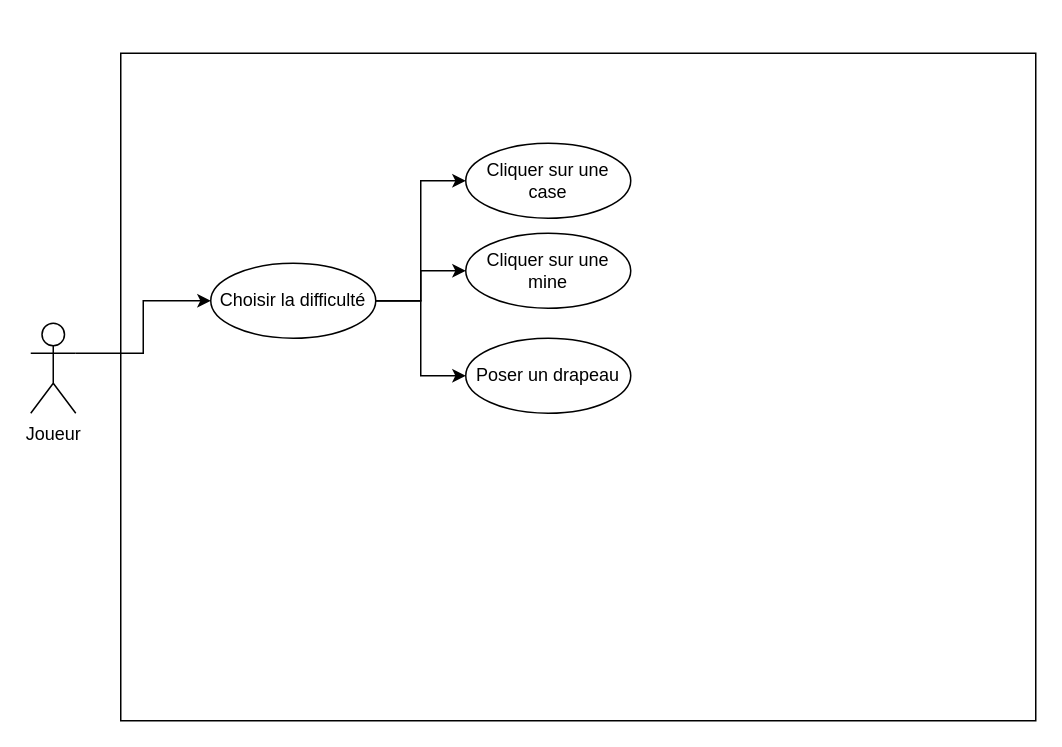
Before: usecasdiagram.drawio in emilyllg/filrougeEJL, a draw.io diagram. Source tidied: cells renumbered, new cells numbered last; positions are measured from the earlier drawing's top-left corner, leaving out a move shared by most shapes. Both pictures are drawn from the tidied source at 150%, with x=0, y=0 at pixel (30, 52).
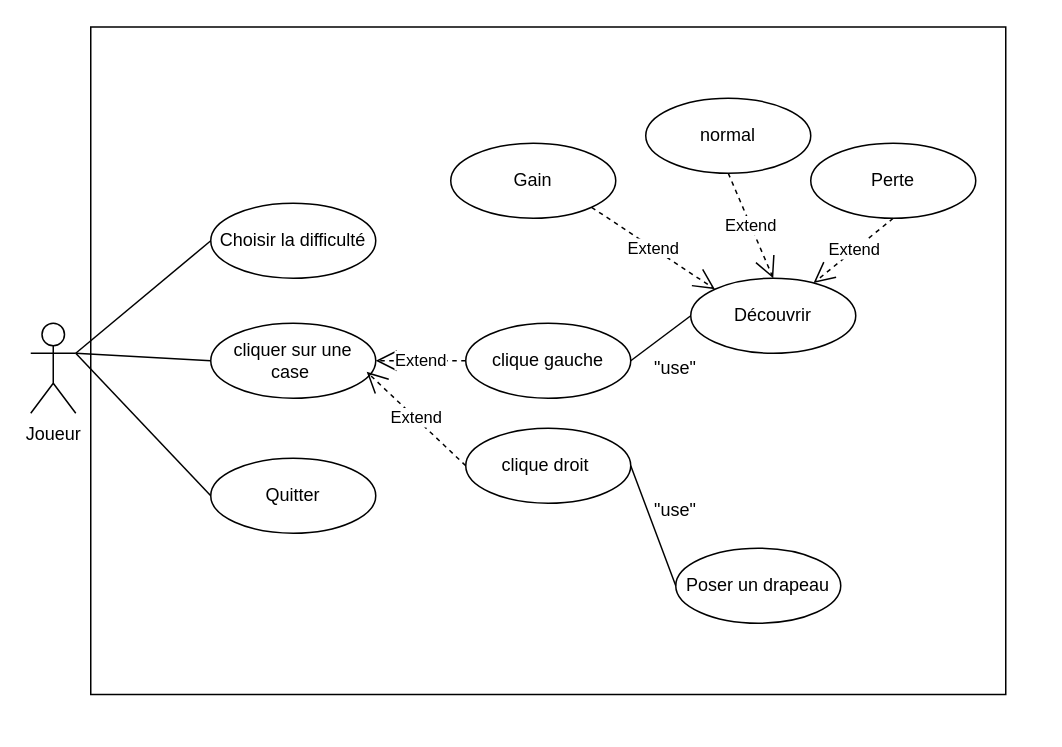
Above is the later version.

Commit message:
Mettre à jour usecasdiagram.drawio

The change refers to these unchanged cells:
```xml
<mxCell id="2" value="Joueur" style="shape=umlActor;verticalLabelPosition=bottom;verticalAlign=top;html=1;outlineConnect=0;" parent="1" vertex="1">
  <mxGeometry y="180" width="30" height="60" as="geometry" />
</mxCell>
```

Change to the diagram source:
```diff
@@
     <mxCell id="3" style="rounded=0;whiteSpace=wrap;html=1;" parent="1" vertex="1">
-      <mxGeometry x="60" width="610" height="445" as="geometry" />
+      <mxGeometry x="40" y="-17.5" width="610" height="445" as="geometry" />
     </mxCell>
-    <mxCell id="4" value="Cliquer sur une case " style="ellipse;whiteSpace=wrap;html=1;" parent="1" vertex="1">
-      <mxGeometry x="290" y="60" width="110" height="50" as="geometry" />
-    </mxCell>
+    <mxCell id="10" value="Choisir la difficulté " style="ellipse;whiteSpace=wrap;html=1;" parent="1" vertex="1">
+      <mxGeometry x="120" y="100" width="110" height="50" as="geometry" />
+    </mxCell>
+    <mxCell id="12" value="cliquer sur une case&amp;nbsp;" style="ellipse;whiteSpace=wrap;html=1;" parent="1" vertex="1">
+      <mxGeometry x="120" y="180" width="110" height="50" as="geometry" />
+    </mxCell>
+    <mxCell id="13" value="Quitter" style="ellipse;whiteSpace=wrap;html=1;" parent="1" vertex="1">
+      <mxGeometry x="120" y="270" width="110" height="50" as="geometry" />
+    </mxCell>
+    <mxCell id="14" style="endArrow=none;html=1;rounded=0;entryX=0;entryY=0.5;entryDx=0;entryDy=0;" parent="1" edge="1" target="10">
+      <mxGeometry relative="1" as="geometry">
+        <mxPoint x="30" y="200" as="sourcePoint" />
+      </mxGeometry>
+    </mxCell>
+    <mxCell id="15" style="endArrow=none;html=1;rounded=0;entryX=0;entryY=0.5;entryDx=0;entryDy=0;" parent="1" edge="1" target="12">
+      <mxGeometry relative="1" as="geometry">
+        <mxPoint x="30" y="200" as="sourcePoint" />
+      </mxGeometry>
+    </mxCell>
+    <mxCell id="16" style="endArrow=none;html=1;rounded=0;entryX=0;entryY=0.5;entryDx=0;entryDy=0;exitX=1;exitY=0.3333333333333333;exitDx=0;exitDy=0;exitPerimeter=0;" parent="1" edge="1" source="2" target="13">
+      <mxGeometry relative="1" as="geometry" />
+    </mxCell>
+    <mxCell id="17" value="clique droit&amp;nbsp;" style="ellipse;whiteSpace=wrap;html=1;" parent="1" vertex="1">
+      <mxGeometry x="290" y="250" width="110" height="50" as="geometry" />
+    </mxCell>
+    <mxCell id="18" value="clique gauche" style="ellipse;whiteSpace=wrap;html=1;" parent="1" vertex="1">
+      <mxGeometry x="290" y="180" width="110" height="50" as="geometry" />
+    </mxCell>
     <mxCell id="5" value="Poser un drapeau" style="ellipse;whiteSpace=wrap;html=1;" parent="1" vertex="1">
-      <mxGeometry x="290" y="190" width="110" height="50" as="geometry" />
+      <mxGeometry x="430" y="330" width="110" height="50" as="geometry" />
     </mxCell>
-    <mxCell id="6" value="Cliquer sur une mine " style="ellipse;whiteSpace=wrap;html=1;" parent="1" vertex="1">
-      <mxGeometry x="290" y="120" width="110" height="50" as="geometry" />
-    </mxCell>
-    <mxCell id="7" style="edgeStyle=orthogonalEdgeStyle;rounded=0;jettySize=auto;html=1;" parent="1" edge="1" source="10" target="6">
-      <mxGeometry relative="1" as="geometry" />
-    </mxCell>
-    <mxCell id="8" style="edgeStyle=orthogonalEdgeStyle;rounded=0;jettySize=auto;html=1;entryX=0;entryY=0.5;entryDx=0;entryDy=0;" parent="1" edge="1" source="10" target="4">
-      <mxGeometry relative="1" as="geometry" />
-    </mxCell>
-    <mxCell id="9" style="edgeStyle=orthogonalEdgeStyle;rounded=0;jettySize=auto;html=1;" parent="1" edge="1" source="10" target="5">
-      <mxGeometry relative="1" as="geometry" />
-    </mxCell>
-    <mxCell id="10" value="Choisir la difficulté " style="ellipse;whiteSpace=wrap;html=1;" parent="1" vertex="1">
-      <mxGeometry x="120" y="140" width="110" height="50" as="geometry" />
-    </mxCell>
-    <mxCell id="11" style="edgeStyle=orthogonalEdgeStyle;rounded=0;jettySize=auto;html=1;exitX=1;exitY=0.3333333333333333;exitDx=0;exitDy=0;exitPerimeter=0;entryX=0;entryY=0.5;entryDx=0;entryDy=0;" parent="1" edge="1" source="2" target="10">
-      <mxGeometry relative="1" as="geometry" />
-    </mxCell>
+    <mxCell id="19" value="Découvrir" style="ellipse;whiteSpace=wrap;html=1;" parent="1" vertex="1">
+      <mxGeometry x="440" y="150" width="110" height="50" as="geometry" />
+    </mxCell>
+    <mxCell id="20" value="Gain" style="ellipse;whiteSpace=wrap;html=1;" parent="1" vertex="1">
+      <mxGeometry x="280" y="60" width="110" height="50" as="geometry" />
+    </mxCell>
+    <mxCell id="21" value="normal" style="ellipse;whiteSpace=wrap;html=1;" parent="1" vertex="1">
+      <mxGeometry x="410" y="30" width="110" height="50" as="geometry" />
+    </mxCell>
+    <mxCell id="22" value="Perte" style="ellipse;whiteSpace=wrap;html=1;" parent="1" vertex="1">
+      <mxGeometry x="520" y="60" width="110" height="50" as="geometry" />
+    </mxCell>
+    <mxCell id="23" style="endArrow=none;html=1;rounded=0;exitX=1;exitY=0.5;exitDx=0;exitDy=0;entryX=0;entryY=0.5;entryDx=0;entryDy=0;" parent="1" edge="1" source="17" target="5">
+      <mxGeometry relative="1" as="geometry" />
+    </mxCell>
+    <mxCell id="24" value="&quot;use&quot;" style="text;strokeColor=none;fillColor=none;align=left;verticalAlign=middle;spacingLeft=4;spacingRight=4;overflow=hidden;whiteSpace=wrap;html=1;" parent="1" vertex="1">
+      <mxGeometry x="410" y="290" width="80" height="30" as="geometry" />
+    </mxCell>
+    <mxCell id="25" value="Extend" style="endArrow=open;endSize=12;dashed=1;html=1;rounded=0;entryX=1;entryY=0.5;entryDx=0;entryDy=0;exitX=0;exitY=0.5;exitDx=0;exitDy=0;" parent="1" edge="1" source="18" target="12">
+      <mxGeometry relative="1" as="geometry" />
+    </mxCell>
+    <mxCell id="26" value="Extend" style="endArrow=open;endSize=12;dashed=1;html=1;rounded=0;entryX=0.945;entryY=0.647;entryDx=0;entryDy=0;exitX=0;exitY=0.5;exitDx=0;exitDy=0;entryPerimeter=0;" parent="1" edge="1" source="17" target="12">
+      <mxGeometry relative="1" as="geometry" />
+    </mxCell>
+    <mxCell id="27" value="&quot;use&quot;" style="text;strokeColor=none;fillColor=none;align=left;verticalAlign=middle;spacingLeft=4;spacingRight=4;overflow=hidden;whiteSpace=wrap;html=1;" parent="1" vertex="1">
+      <mxGeometry x="410" y="195" width="80" height="30" as="geometry" />
+    </mxCell>
+    <mxCell id="28" style="endArrow=none;html=1;rounded=0;exitX=1;exitY=0.5;exitDx=0;exitDy=0;entryX=0;entryY=0.5;entryDx=0;entryDy=0;" parent="1" edge="1" source="18" target="19">
+      <mxGeometry relative="1" as="geometry" />
+    </mxCell>
+    <mxCell id="29" value="Extend" style="endArrow=open;endSize=12;dashed=1;html=1;rounded=0;entryX=0;entryY=0;entryDx=0;entryDy=0;exitX=1;exitY=1;exitDx=0;exitDy=0;" parent="1" edge="1" source="20" target="19">
+      <mxGeometry relative="1" as="geometry" />
+    </mxCell>
+    <mxCell id="30" value="Extend" style="endArrow=open;endSize=12;dashed=1;html=1;rounded=0;entryX=0.5;entryY=0;entryDx=0;entryDy=0;exitX=0.5;exitY=1;exitDx=0;exitDy=0;" parent="1" edge="1" source="21" target="19">
+      <mxGeometry relative="1" as="geometry" />
+    </mxCell>
+    <mxCell id="31" value="Extend" style="endArrow=open;endSize=12;dashed=1;html=1;rounded=0;exitX=0.5;exitY=1;exitDx=0;exitDy=0;" parent="1" edge="1" source="22" target="19">
+      <mxGeometry relative="1" as="geometry" />
+    </mxCell>
```
